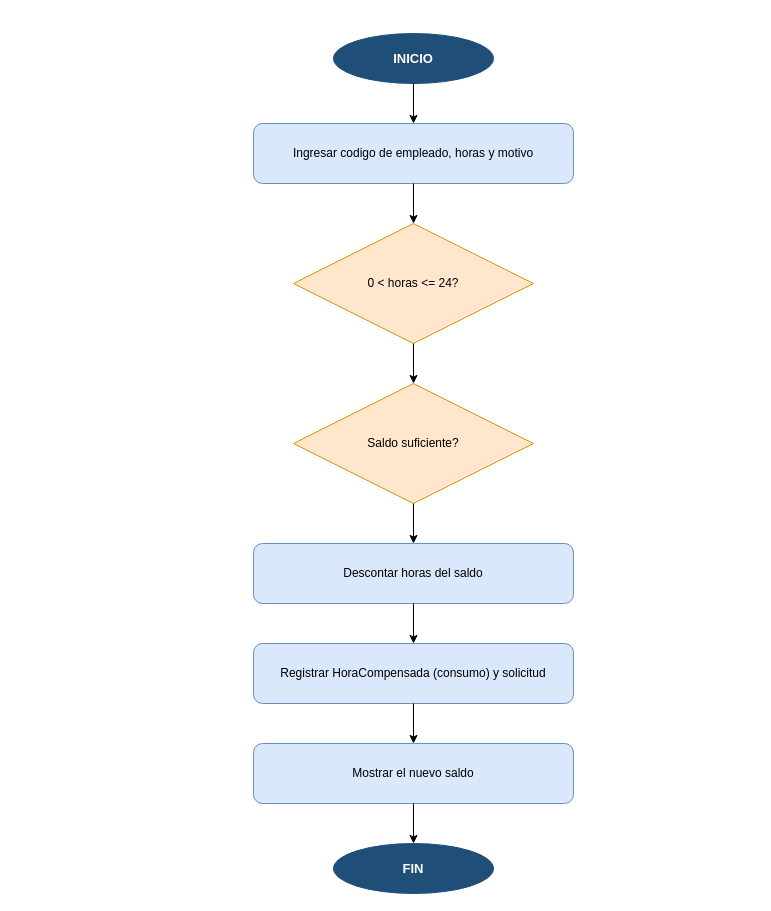
Before: drawio/flujo_horas_compensadas.drawio in marlo4220mc/sistema-horas-extras, a draw.io diagram. Source tidied: cells renumbered, new cells numbered last; positions are measured from the earlier drawing's top-left corner, leaving out a move shared by most shapes. Both pictures are drawn from the tidied source at 100%, with x=0, y=0 at pixel (253, 33).
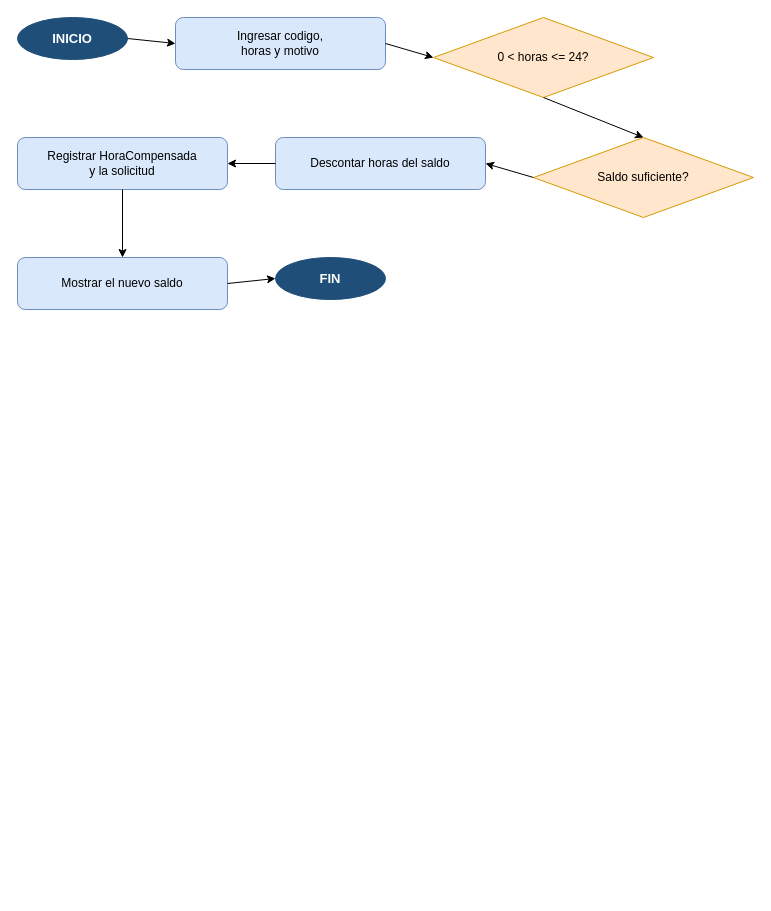
The same diagram, later.

The edit, as a diff of the source:
```diff
@@
 <mxGraphModel>
   <root>
     <mxCell id="0" />
     <mxCell id="1" parent="0" />
     <mxCell id="2" value="INICIO" style="ellipse;whiteSpace=wrap;html=1;fillColor=#1f4e79;fontColor=#ffffff;strokeColor=#1f4e79;fontStyle=1;fontSize=13;" parent="1" vertex="1">
-      <mxGeometry x="80" width="160" height="50" as="geometry" />
+      <mxGeometry x="-236" y="-16" width="110" height="42" as="geometry" />
     </mxCell>
-    <mxCell id="3" value="Ingresar codigo de empleado, horas y motivo" style="rounded=1;whiteSpace=wrap;html=1;fillColor=#dae8fc;strokeColor=#6c8ebf;fontSize=12;" parent="1" vertex="1">
-      <mxGeometry y="90" width="320" height="60" as="geometry" />
+    <mxCell id="3" value="Ingresar codigo,&#10;horas y motivo" style="rounded=1;whiteSpace=wrap;html=1;fillColor=#dae8fc;strokeColor=#6c8ebf;fontSize=12;" parent="1" vertex="1">
+      <mxGeometry x="-78" y="-16" width="210" height="52" as="geometry" />
     </mxCell>
-    <mxCell id="4" style="endArrow=classic;html=1;exitX=0.5;exitY=1;entryX=0.5;entryY=0;" parent="1" edge="1" source="2" target="3">
+    <mxCell id="4" style="endArrow=classic;html=1;exitX=1;exitY=0.5;entryX=0;entryY=0.5;" parent="1" edge="1" source="2" target="3">
       <mxGeometry relative="1" as="geometry" />
     </mxCell>
     <mxCell id="5" value="0 &lt; horas &lt;= 24?" style="rhombus;whiteSpace=wrap;html=1;fillColor=#ffe6cc;strokeColor=#d79b00;fontSize=12;" parent="1" vertex="1">
-      <mxGeometry x="40" y="190" width="240" height="120" as="geometry" />
+      <mxGeometry x="180" y="-16" width="220" height="80" as="geometry" />
     </mxCell>
-    <mxCell id="6" style="endArrow=classic;html=1;exitX=0.5;exitY=1;entryX=0.5;entryY=0;" parent="1" edge="1" source="3" target="5">
+    <mxCell id="6" style="endArrow=classic;html=1;exitX=1;exitY=0.5;entryX=0;entryY=0.5;" parent="1" edge="1" source="3" target="5">
       <mxGeometry relative="1" as="geometry" />
     </mxCell>
     <mxCell id="7" value="Saldo suficiente?" style="rhombus;whiteSpace=wrap;html=1;fillColor=#ffe6cc;strokeColor=#d79b00;fontSize=12;" parent="1" vertex="1">
-      <mxGeometry x="40" y="350" width="240" height="120" as="geometry" />
+      <mxGeometry x="280" y="104" width="220" height="80" as="geometry" />
     </mxCell>
     <mxCell id="8" style="endArrow=classic;html=1;exitX=0.5;exitY=1;entryX=0.5;entryY=0;" parent="1" edge="1" source="5" target="7">
       <mxGeometry relative="1" as="geometry" />
     </mxCell>
     <mxCell id="9" value="Descontar horas del saldo" style="rounded=1;whiteSpace=wrap;html=1;fillColor=#dae8fc;strokeColor=#6c8ebf;fontSize=12;" parent="1" vertex="1">
-      <mxGeometry y="510" width="320" height="60" as="geometry" />
+      <mxGeometry x="22" y="104" width="210" height="52" as="geometry" />
     </mxCell>
-    <mxCell id="10" style="endArrow=classic;html=1;exitX=0.5;exitY=1;entryX=0.5;entryY=0;" parent="1" edge="1" source="7" target="9">
+    <mxCell id="10" style="endArrow=classic;html=1;exitX=0;exitY=0.5;entryX=1;entryY=0.5;" parent="1" edge="1" source="7" target="9">
       <mxGeometry relative="1" as="geometry" />
     </mxCell>
-    <mxCell id="11" value="Registrar HoraCompensada (consumo) y solicitud" style="rounded=1;whiteSpace=wrap;html=1;fillColor=#dae8fc;strokeColor=#6c8ebf;fontSize=12;" parent="1" vertex="1">
-      <mxGeometry y="610" width="320" height="60" as="geometry" />
+    <mxCell id="11" value="Registrar HoraCompensada&#10;y la solicitud" style="rounded=1;whiteSpace=wrap;html=1;fillColor=#dae8fc;strokeColor=#6c8ebf;fontSize=12;" parent="1" vertex="1">
+      <mxGeometry x="-236" y="104" width="210" height="52" as="geometry" />
     </mxCell>
-    <mxCell id="12" style="endArrow=classic;html=1;exitX=0.5;exitY=1;entryX=0.5;entryY=0;" parent="1" edge="1" source="9" target="11">
+    <mxCell id="12" style="endArrow=classic;html=1;exitX=0;exitY=0.5;entryX=1;entryY=0.5;" parent="1" edge="1" source="9" target="11">
       <mxGeometry relative="1" as="geometry" />
     </mxCell>
     <mxCell id="13" value="Mostrar el nuevo saldo" style="rounded=1;whiteSpace=wrap;html=1;fillColor=#dae8fc;strokeColor=#6c8ebf;fontSize=12;" parent="1" vertex="1">
-      <mxGeometry y="710" width="320" height="60" as="geometry" />
+      <mxGeometry x="-236" y="224" width="210" height="52" as="geometry" />
     </mxCell>
     <mxCell id="14" style="endArrow=classic;html=1;exitX=0.5;exitY=1;entryX=0.5;entryY=0;" parent="1" edge="1" source="11" target="13">
       <mxGeometry relative="1" as="geometry" />
     </mxCell>
     <mxCell id="15" value="FIN" style="ellipse;whiteSpace=wrap;html=1;fillColor=#1f4e79;fontColor=#ffffff;strokeColor=#1f4e79;fontStyle=1;fontSize=13;" parent="1" vertex="1">
-      <mxGeometry x="80" y="810" width="160" height="50" as="geometry" />
+      <mxGeometry x="22" y="224" width="110" height="42" as="geometry" />
     </mxCell>
-    <mxCell id="16" style="endArrow=classic;html=1;exitX=0.5;exitY=1;entryX=0.5;entryY=0;" parent="1" edge="1" source="13" target="15">
+    <mxCell id="16" style="endArrow=classic;html=1;exitX=1;exitY=0.5;entryX=0;entryY=0.5;" parent="1" edge="1" source="13" target="15">
       <mxGeometry relative="1" as="geometry" />
     </mxCell>
   </root>
 </mxGraphModel>
```
